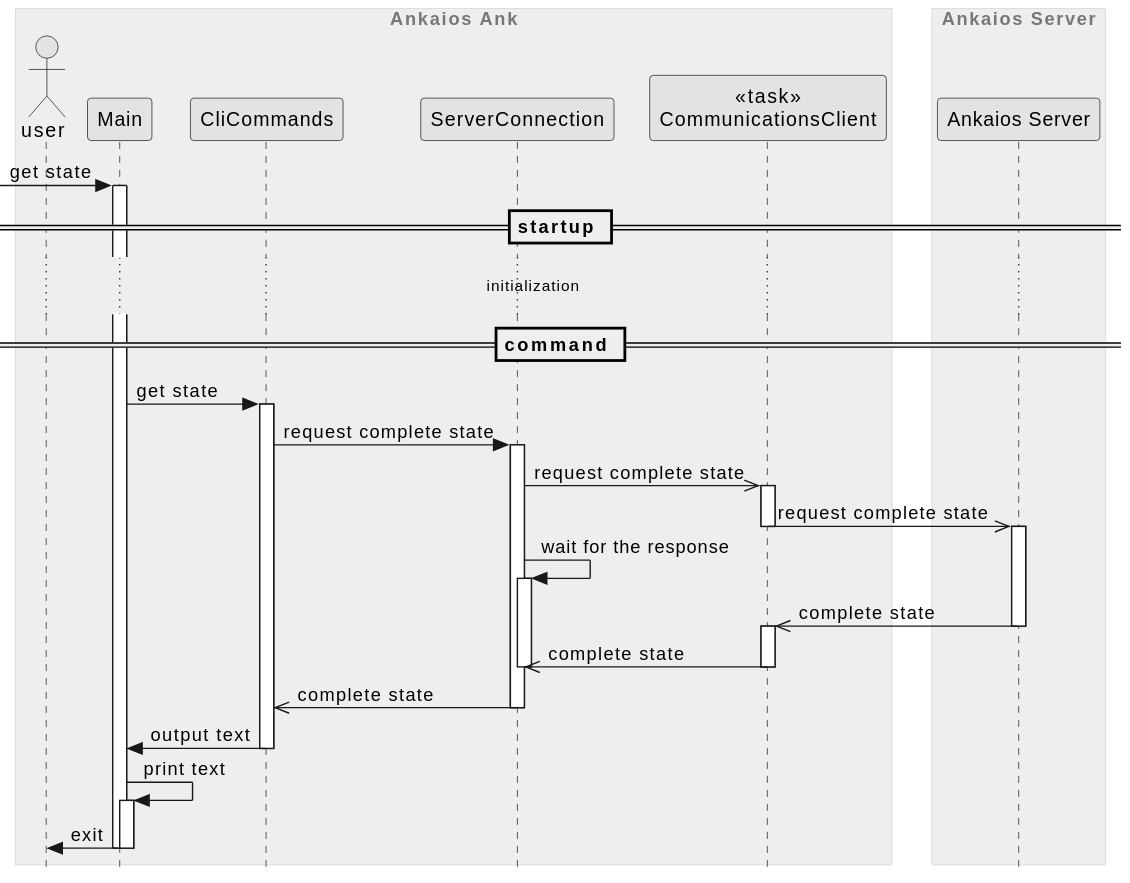
Above: ank/doc/swdesign/plantuml/seq_get_state.svg in eclipse-ankaios/ankaios (PlantUML), before the change.
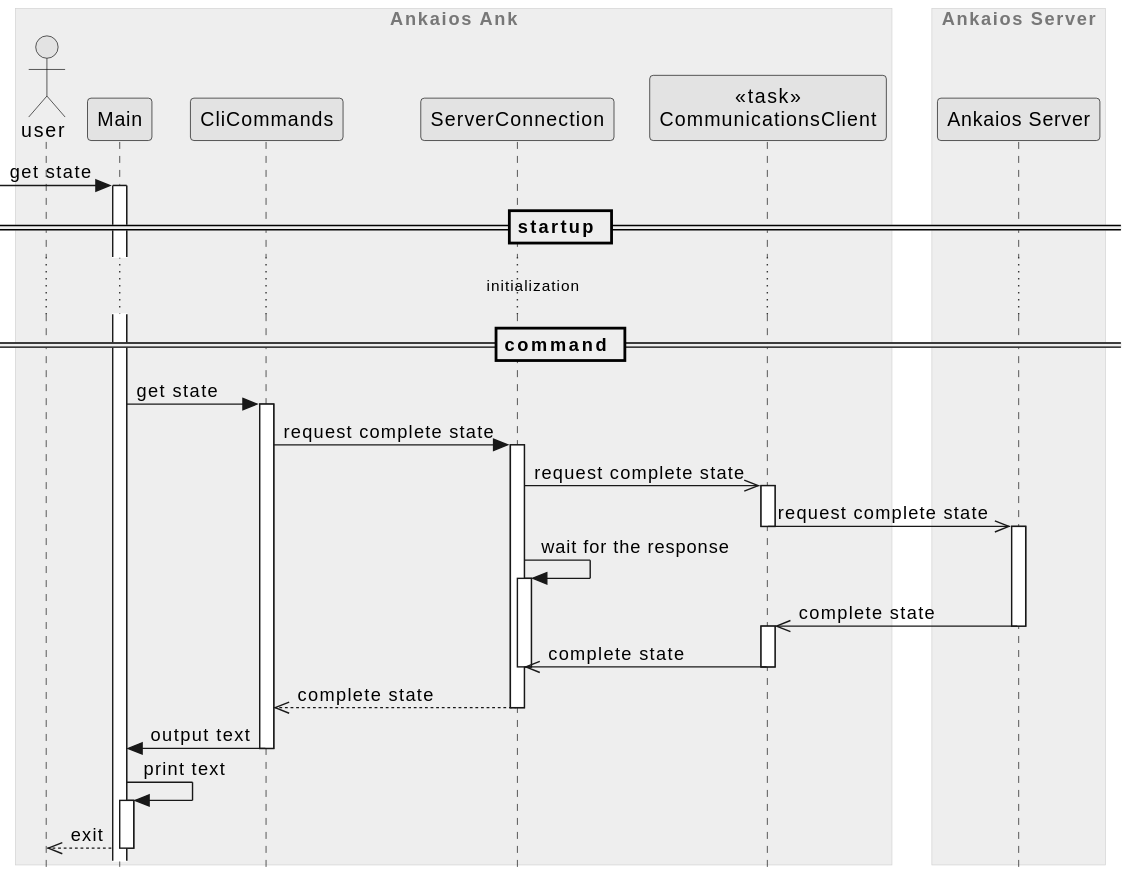
Later version of the same file.

The edit, as a diff of the source:
```diff
@@ -31,13 +31,12 @@
 communications_client <<- server --++: complete state
 server_connection <<- communications_client --: complete state
 deactivate server_connection
-cli_commands <<- server_connection --: complete state
+cli_commands <<-- server_connection --: complete state
 
 main <- cli_commands -- : output text
 deactivate cli_commands
 deactivate cli_commands
 
 main -> main ++: print text
-user <- main -- : exit
-deactivate main
+user <<-- main -- : exit
 @enduml
```
